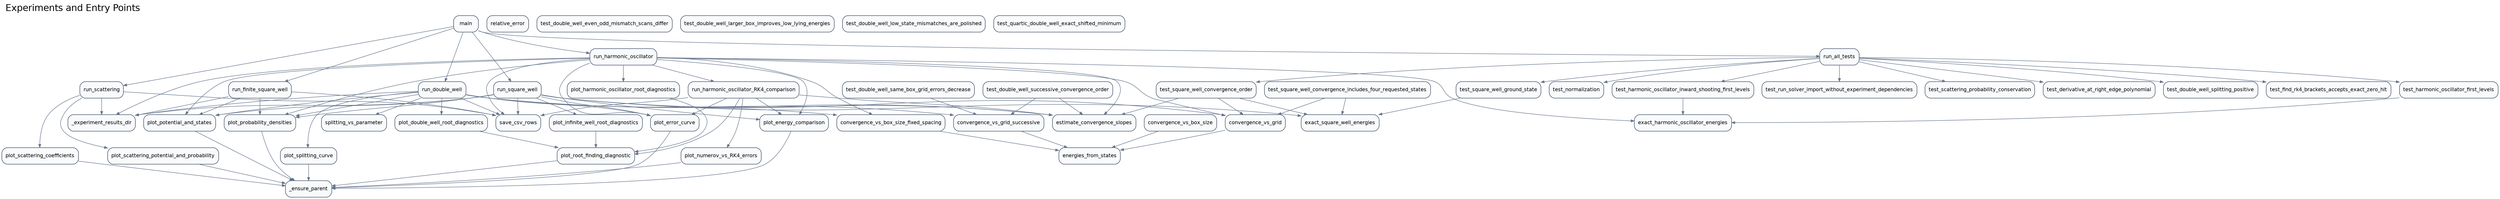
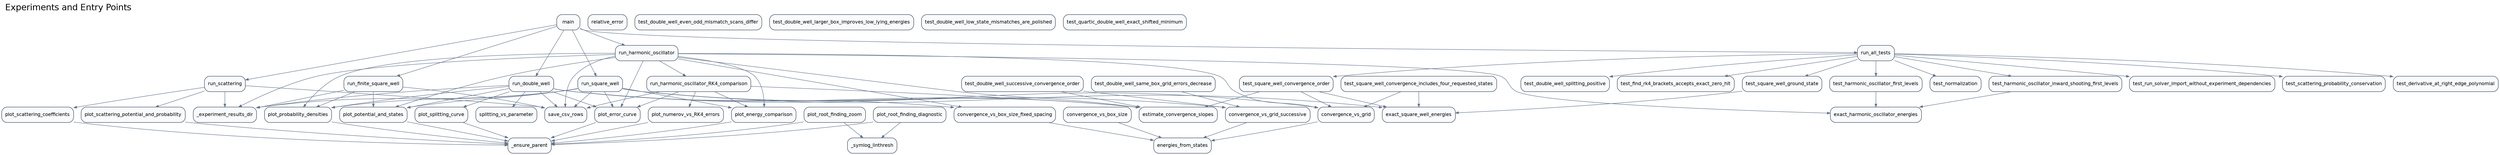
digraph G {
  rankdir="TB";
  graph [labeljust="l", labelloc="t", fontsize=20, fontname="Helvetica"];
  label="Experiments and Entry Points";
  node [shape=box, style="rounded,filled", fillcolor="#F8FAFC", color="#334155", fontname="Helvetica", fontsize=11];
  edge [color="#64748B", arrowsize=0.7];
  scripts_run_solver_main [label="main"];
  src_analysis_convergence_vs_box_size [label="convergence_vs_box_size"];
  src_analysis_convergence_vs_box_size_fixed_spacing [label="convergence_vs_box_size_fixed_spacing"];
  src_analysis_convergence_vs_grid [label="convergence_vs_grid"];
  src_analysis_convergence_vs_grid_successive [label="convergence_vs_grid_successive"];
  src_analysis_energies_from_states [label="energies_from_states"];
  src_analysis_estimate_convergence_slopes [label="estimate_convergence_slopes"];
  src_analysis_exact_harmonic_oscillator_energies [label="exact_harmonic_oscillator_energies"];
  src_analysis_exact_square_well_energies [label="exact_square_well_energies"];
  src_analysis_relative_error [label="relative_error"];
  src_analysis_save_csv_rows [label="save_csv_rows"];
  src_analysis_splitting_vs_parameter [label="splitting_vs_parameter"];
  src_experiments__experiment_results_dir [label="_experiment_results_dir"];
-   src_experiments_plot_double_well_root_diagnostics [label="plot_double_well_root_diagnostics"];
-   src_experiments_plot_harmonic_oscillator_root_diagnostics [label="plot_harmonic_oscillator_root_diagnostics"];
-   src_experiments_plot_infinite_well_root_diagnostics [label="plot_infinite_well_root_diagnostics"];
  src_experiments_run_double_well [label="run_double_well"];
  src_experiments_run_finite_square_well [label="run_finite_square_well"];
  src_experiments_run_harmonic_oscillator [label="run_harmonic_oscillator"];
  src_experiments_run_harmonic_oscillator_RK4_comparison [label="run_harmonic_oscillator_RK4_comparison"];
  src_experiments_run_scattering [label="run_scattering"];
  src_experiments_run_square_well [label="run_square_well"];
  src_plotting__ensure_parent [label="_ensure_parent"];
+   src_plotting__symlog_linthresh [label="_symlog_linthresh"];
  src_plotting_plot_energy_comparison [label="plot_energy_comparison"];
  src_plotting_plot_error_curve [label="plot_error_curve"];
  src_plotting_plot_numerov_vs_RK4_errors [label="plot_numerov_vs_RK4_errors"];
  src_plotting_plot_potential_and_states [label="plot_potential_and_states"];
  src_plotting_plot_probability_densities [label="plot_probability_densities"];
  src_plotting_plot_root_finding_diagnostic [label="plot_root_finding_diagnostic"];
+   src_plotting_plot_root_finding_zoom [label="plot_root_finding_zoom"];
  src_plotting_plot_scattering_coefficients [label="plot_scattering_coefficients"];
  src_plotting_plot_scattering_potential_and_probability [label="plot_scattering_potential_and_probability"];
  src_plotting_plot_splitting_curve [label="plot_splitting_curve"];
  tests_test_solver_run_all_tests [label="run_all_tests"];
  tests_test_solver_test_derivative_at_right_edge_polynomial [label="test_derivative_at_right_edge_polynomial"];
  tests_test_solver_test_double_well_even_odd_mismatch_scans_differ [label="test_double_well_even_odd_mismatch_scans_differ"];
  tests_test_solver_test_double_well_larger_box_improves_low_lying_energies [label="test_double_well_larger_box_improves_low_lying_energies"];
  tests_test_solver_test_double_well_low_state_mismatches_are_polished [label="test_double_well_low_state_mismatches_are_polished"];
  tests_test_solver_test_double_well_same_box_grid_errors_decrease [label="test_double_well_same_box_grid_errors_decrease"];
  tests_test_solver_test_double_well_splitting_positive [label="test_double_well_splitting_positive"];
  tests_test_solver_test_double_well_successive_convergence_order [label="test_double_well_successive_convergence_order"];
  tests_test_solver_test_find_rk4_brackets_accepts_exact_zero_hit [label="test_find_rk4_brackets_accepts_exact_zero_hit"];
  tests_test_solver_test_harmonic_oscillator_first_levels [label="test_harmonic_oscillator_first_levels"];
  tests_test_solver_test_harmonic_oscillator_inward_shooting_first_levels [label="test_harmonic_oscillator_inward_shooting_first_levels"];
  tests_test_solver_test_normalization [label="test_normalization"];
  tests_test_solver_test_quartic_double_well_exact_shifted_minimum [label="test_quartic_double_well_exact_shifted_minimum"];
  tests_test_solver_test_run_solver_import_without_experiment_dependencies [label="test_run_solver_import_without_experiment_dependencies"];
  tests_test_solver_test_scattering_probability_conservation [label="test_scattering_probability_conservation"];
  tests_test_solver_test_square_well_convergence_includes_four_requested_states [label="test_square_well_convergence_includes_four_requested_states"];
  tests_test_solver_test_square_well_convergence_order [label="test_square_well_convergence_order"];
  tests_test_solver_test_square_well_ground_state [label="test_square_well_ground_state"];
  scripts_run_solver_main -> src_experiments_run_double_well;
  scripts_run_solver_main -> src_experiments_run_finite_square_well;
  scripts_run_solver_main -> src_experiments_run_harmonic_oscillator;
  scripts_run_solver_main -> src_experiments_run_scattering;
  scripts_run_solver_main -> src_experiments_run_square_well;
  scripts_run_solver_main -> tests_test_solver_run_all_tests;
  src_analysis_convergence_vs_box_size -> src_analysis_energies_from_states;
  src_analysis_convergence_vs_box_size_fixed_spacing -> src_analysis_energies_from_states;
  src_analysis_convergence_vs_grid -> src_analysis_energies_from_states;
  src_analysis_convergence_vs_grid_successive -> src_analysis_energies_from_states;
-   src_experiments_plot_double_well_root_diagnostics -> src_plotting_plot_root_finding_diagnostic;
-   src_experiments_plot_harmonic_oscillator_root_diagnostics -> src_plotting_plot_root_finding_diagnostic;
-   src_experiments_plot_infinite_well_root_diagnostics -> src_plotting_plot_root_finding_diagnostic;
  src_experiments_run_double_well -> src_analysis_convergence_vs_box_size_fixed_spacing;
  src_experiments_run_double_well -> src_analysis_convergence_vs_grid_successive;
  src_experiments_run_double_well -> src_analysis_estimate_convergence_slopes;
  src_experiments_run_double_well -> src_analysis_save_csv_rows;
  src_experiments_run_double_well -> src_analysis_splitting_vs_parameter;
  src_experiments_run_double_well -> src_experiments__experiment_results_dir;
-   src_experiments_run_double_well -> src_experiments_plot_double_well_root_diagnostics;
  src_experiments_run_double_well -> src_plotting_plot_error_curve;
  src_experiments_run_double_well -> src_plotting_plot_potential_and_states;
  src_experiments_run_double_well -> src_plotting_plot_probability_densities;
  src_experiments_run_double_well -> src_plotting_plot_splitting_curve;
  src_experiments_run_finite_square_well -> src_analysis_save_csv_rows;
  src_experiments_run_finite_square_well -> src_experiments__experiment_results_dir;
  src_experiments_run_finite_square_well -> src_plotting_plot_potential_and_states;
  src_experiments_run_finite_square_well -> src_plotting_plot_probability_densities;
  src_experiments_run_harmonic_oscillator -> src_analysis_convergence_vs_box_size_fixed_spacing;
  src_experiments_run_harmonic_oscillator -> src_analysis_convergence_vs_grid;
  src_experiments_run_harmonic_oscillator -> src_analysis_estimate_convergence_slopes;
  src_experiments_run_harmonic_oscillator -> src_analysis_exact_harmonic_oscillator_energies;
  src_experiments_run_harmonic_oscillator -> src_analysis_save_csv_rows;
  src_experiments_run_harmonic_oscillator -> src_experiments__experiment_results_dir;
-   src_experiments_run_harmonic_oscillator -> src_experiments_plot_harmonic_oscillator_root_diagnostics;
  src_experiments_run_harmonic_oscillator -> src_experiments_run_harmonic_oscillator_RK4_comparison;
  src_experiments_run_harmonic_oscillator -> src_plotting_plot_energy_comparison;
  src_experiments_run_harmonic_oscillator -> src_plotting_plot_error_curve;
  src_experiments_run_harmonic_oscillator -> src_plotting_plot_potential_and_states;
  src_experiments_run_harmonic_oscillator -> src_plotting_plot_probability_densities;
  src_experiments_run_harmonic_oscillator_RK4_comparison -> src_analysis_estimate_convergence_slopes;
  src_experiments_run_harmonic_oscillator_RK4_comparison -> src_analysis_save_csv_rows;
  src_experiments_run_harmonic_oscillator_RK4_comparison -> src_plotting_plot_energy_comparison;
  src_experiments_run_harmonic_oscillator_RK4_comparison -> src_plotting_plot_error_curve;
  src_experiments_run_harmonic_oscillator_RK4_comparison -> src_plotting_plot_numerov_vs_RK4_errors;
-   src_experiments_run_harmonic_oscillator_RK4_comparison -> src_plotting_plot_root_finding_diagnostic;
  src_experiments_run_scattering -> src_analysis_save_csv_rows;
  src_experiments_run_scattering -> src_experiments__experiment_results_dir;
  src_experiments_run_scattering -> src_plotting_plot_scattering_coefficients;
  src_experiments_run_scattering -> src_plotting_plot_scattering_potential_and_probability;
  src_experiments_run_square_well -> src_analysis_convergence_vs_grid;
  src_experiments_run_square_well -> src_analysis_estimate_convergence_slopes;
  src_experiments_run_square_well -> src_analysis_exact_square_well_energies;
  src_experiments_run_square_well -> src_analysis_save_csv_rows;
  src_experiments_run_square_well -> src_experiments__experiment_results_dir;
-   src_experiments_run_square_well -> src_experiments_plot_infinite_well_root_diagnostics;
  src_experiments_run_square_well -> src_plotting_plot_energy_comparison;
  src_experiments_run_square_well -> src_plotting_plot_error_curve;
  src_experiments_run_square_well -> src_plotting_plot_potential_and_states;
  src_experiments_run_square_well -> src_plotting_plot_probability_densities;
  src_plotting_plot_energy_comparison -> src_plotting__ensure_parent;
  src_plotting_plot_error_curve -> src_plotting__ensure_parent;
  src_plotting_plot_numerov_vs_RK4_errors -> src_plotting__ensure_parent;
  src_plotting_plot_potential_and_states -> src_plotting__ensure_parent;
  src_plotting_plot_probability_densities -> src_plotting__ensure_parent;
  src_plotting_plot_root_finding_diagnostic -> src_plotting__ensure_parent;
+   src_plotting_plot_root_finding_diagnostic -> src_plotting__symlog_linthresh;
+   src_plotting_plot_root_finding_zoom -> src_plotting__ensure_parent;
+   src_plotting_plot_root_finding_zoom -> src_plotting__symlog_linthresh;
  src_plotting_plot_scattering_coefficients -> src_plotting__ensure_parent;
  src_plotting_plot_scattering_potential_and_probability -> src_plotting__ensure_parent;
  src_plotting_plot_splitting_curve -> src_plotting__ensure_parent;
  tests_test_solver_run_all_tests -> tests_test_solver_test_derivative_at_right_edge_polynomial;
  tests_test_solver_run_all_tests -> tests_test_solver_test_double_well_splitting_positive;
  tests_test_solver_run_all_tests -> tests_test_solver_test_find_rk4_brackets_accepts_exact_zero_hit;
  tests_test_solver_run_all_tests -> tests_test_solver_test_harmonic_oscillator_first_levels;
  tests_test_solver_run_all_tests -> tests_test_solver_test_harmonic_oscillator_inward_shooting_first_levels;
  tests_test_solver_run_all_tests -> tests_test_solver_test_normalization;
  tests_test_solver_run_all_tests -> tests_test_solver_test_run_solver_import_without_experiment_dependencies;
  tests_test_solver_run_all_tests -> tests_test_solver_test_scattering_probability_conservation;
  tests_test_solver_run_all_tests -> tests_test_solver_test_square_well_convergence_order;
  tests_test_solver_run_all_tests -> tests_test_solver_test_square_well_ground_state;
  tests_test_solver_test_double_well_same_box_grid_errors_decrease -> src_analysis_convergence_vs_grid_successive;
  tests_test_solver_test_double_well_successive_convergence_order -> src_analysis_convergence_vs_grid_successive;
  tests_test_solver_test_double_well_successive_convergence_order -> src_analysis_estimate_convergence_slopes;
  tests_test_solver_test_harmonic_oscillator_first_levels -> src_analysis_exact_harmonic_oscillator_energies;
  tests_test_solver_test_harmonic_oscillator_inward_shooting_first_levels -> src_analysis_exact_harmonic_oscillator_energies;
  tests_test_solver_test_square_well_convergence_includes_four_requested_states -> src_analysis_convergence_vs_grid;
  tests_test_solver_test_square_well_convergence_includes_four_requested_states -> src_analysis_exact_square_well_energies;
  tests_test_solver_test_square_well_convergence_order -> src_analysis_convergence_vs_grid;
  tests_test_solver_test_square_well_convergence_order -> src_analysis_estimate_convergence_slopes;
  tests_test_solver_test_square_well_convergence_order -> src_analysis_exact_square_well_energies;
  tests_test_solver_test_square_well_ground_state -> src_analysis_exact_square_well_energies;
}
